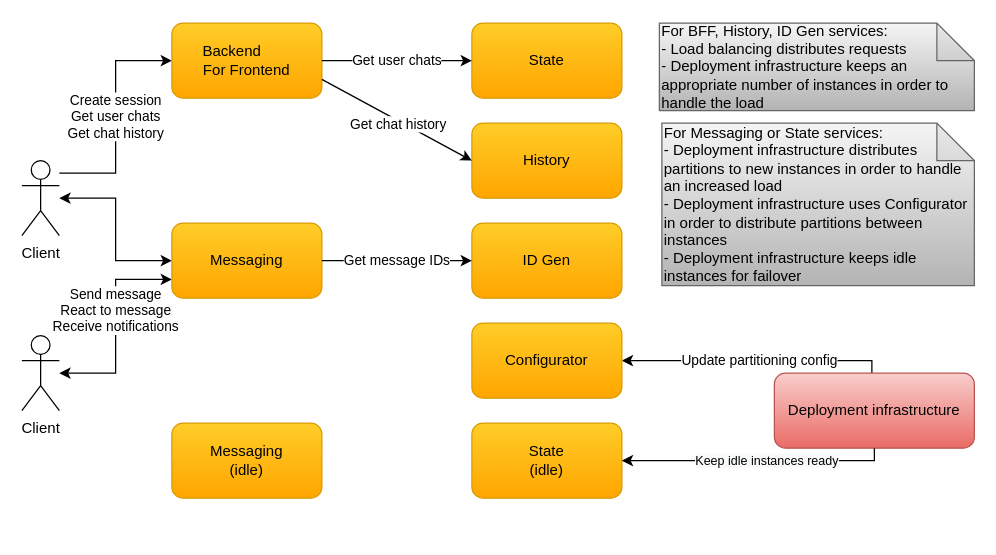
Earlier version of the draw.io diagram docs/diagrams/cecochat-07-deployment.drawio (cvetomir-todorov/CecoChat). Source tidied: cells renumbered, new cells numbered last; positions are measured from the earlier drawing's top-left corner, leaving out a move shared by most shapes. Both pictures are drawn from the tidied source at 125%, with x=0, y=0 at pixel (21, 22).
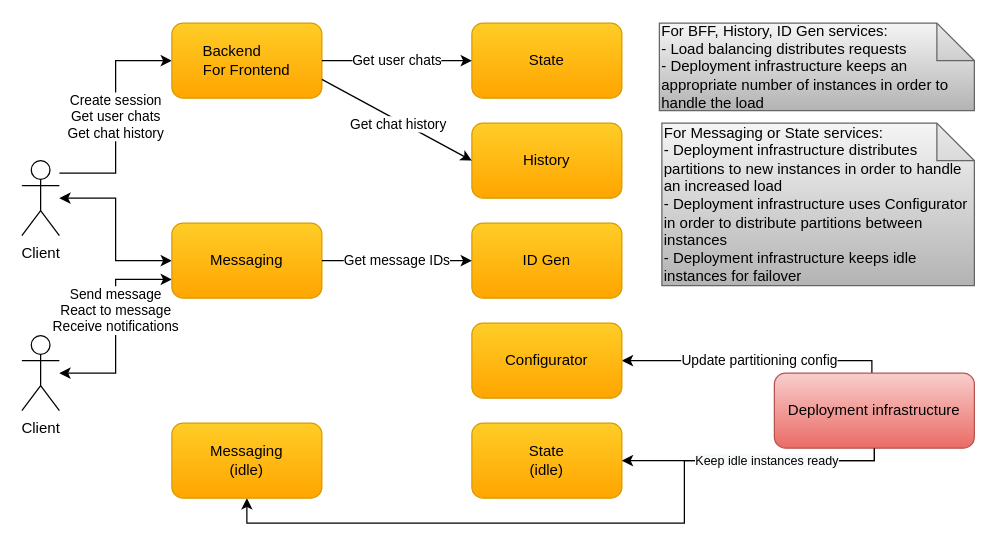
The same diagram, later.

Unchanged cells that the change refers to:
```xml
<mxCell id="3" value="Deployment infrastructure" style="rounded=1;whiteSpace=wrap;html=1;gradientColor=#ea6b66;fillColor=#f8cecc;strokeColor=#b85450;" parent="1" vertex="1">
  <mxGeometry x="602" y="280" width="160" height="60" as="geometry" />
</mxCell>
<mxCell id="19" value="&lt;font style=&quot;font-size: 12px&quot;&gt;Messaging&lt;br&gt;(idle)&lt;br&gt;&lt;/font&gt;" style="rounded=1;whiteSpace=wrap;html=1;gradientColor=#ffa500;fillColor=#ffcd28;strokeColor=#d79b00;" parent="1" vertex="1">
  <mxGeometry x="120" y="320" width="120" height="60" as="geometry" />
</mxCell>
```

The edit, as a diff of the source:
```diff
@@
+    <mxCell id="23" style="edgeStyle=orthogonalEdgeStyle;rounded=0;jettySize=auto;html=1;" parent="1" edge="1" source="3" target="19">
+      <mxGeometry relative="1" as="geometry">
+        <Array as="points">
+          <mxPoint x="682" y="350" />
+          <mxPoint x="530" y="350" />
+          <mxPoint x="530" y="400" />
+          <mxPoint x="180" y="400" />
+        </Array>
+      </mxGeometry>
+    </mxCell>
```
